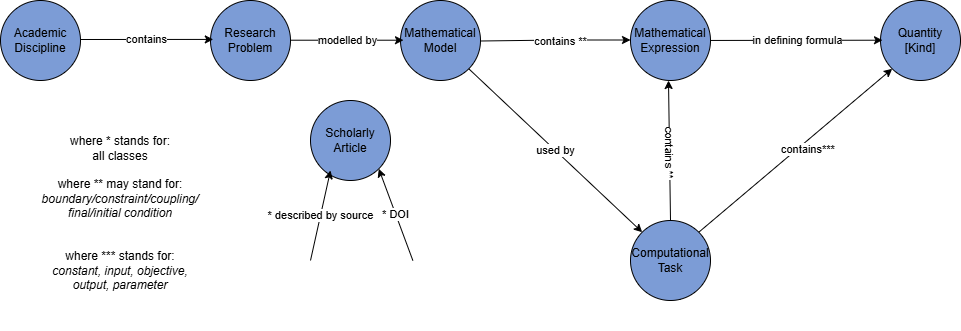
Before: docs/customSections/images/MathModDB.png, a diagram exported from draw.io (MaRDI4NFDI/MathModDB). Source tidied: cells renumbered, new cells last; positions are measured from the earlier drawing's top-left corner, leaving out a move shared by most shapes.
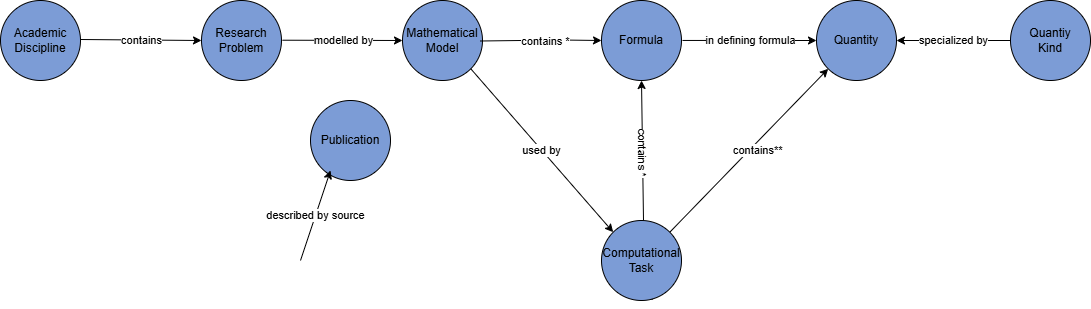
The same diagram one commit later.

Commit message:
Updated the schematic graphic

What changed in the source:
```diff
@@ -2,82 +2,79 @@
   <root>
     <mxCell id="0" />
     <mxCell id="1" parent="0" />
-    <mxCell id="2" value="Academic Discipline" style="ellipse;whiteSpace=wrap;html=1;fillColor=#7c9cd6;" parent="1" vertex="1">
+    <mxCell id="2" value="&lt;a href=&quot;https://portal.mardi4nfdi.de/wiki/Item:Q60231&quot;&gt;Academic Discipline&lt;/a&gt;" style="ellipse;whiteSpace=wrap;html=1;fillColor=#7c9cd6;" parent="1" vertex="1">
       <mxGeometry width="80" height="80" as="geometry" />
     </mxCell>
-    <mxCell id="3" value="Research&lt;br&gt;&lt;div&gt;Problem&lt;/div&gt;" style="ellipse;whiteSpace=wrap;html=1;fillColor=#7c9cd6;" parent="1" vertex="1">
-      <mxGeometry x="210" width="80" height="80" as="geometry" />
+    <mxCell id="3" value="&lt;a href=&quot;https://portal.mardi4nfdi.de/wiki/Item:Q6534292&quot;&gt;Research&lt;br&gt;&lt;/a&gt;&lt;div&gt;&lt;a href=&quot;https://portal.mardi4nfdi.de/wiki/Item:Q6534292&quot;&gt;Problem&lt;/a&gt;&lt;/div&gt;" style="ellipse;whiteSpace=wrap;html=1;fillColor=#7c9cd6;" parent="1" vertex="1">
+      <mxGeometry x="201" width="80" height="80" as="geometry" />
     </mxCell>
-    <mxCell id="4" value="Mathematical&lt;br&gt;Model" style="ellipse;whiteSpace=wrap;html=1;fillColor=#7c9cd6;" parent="1" vertex="1">
-      <mxGeometry x="400" width="80" height="80" as="geometry" />
+    <mxCell id="4" value="&lt;a href=&quot;https://portal.mardi4nfdi.de/wiki/Item:Q68663&quot;&gt;Mathematical&lt;br&gt;Model&lt;/a&gt;" style="ellipse;whiteSpace=wrap;html=1;fillColor=#7c9cd6;" parent="1" vertex="1">
+      <mxGeometry x="402" width="80" height="80" as="geometry" />
     </mxCell>
-    <mxCell id="5" value="Mathematical&lt;br&gt;Expression" style="ellipse;whiteSpace=wrap;html=1;fillColor=#7c9cd6;" parent="1" vertex="1">
-      <mxGeometry x="630" width="80" height="80" as="geometry" />
+    <mxCell id="5" value="&lt;a href=&quot;https://portal.mardi4nfdi.de/wiki/Item:Q96183&quot;&gt;Formula&lt;/a&gt;" style="ellipse;whiteSpace=wrap;html=1;fillColor=#7c9cd6;" parent="1" vertex="1">
+      <mxGeometry x="601" width="80" height="80" as="geometry" />
     </mxCell>
-    <mxCell id="6" value="Quantity&lt;br&gt;[Kind]" style="ellipse;whiteSpace=wrap;html=1;fillColor=#7c9cd6;" parent="1" vertex="1">
-      <mxGeometry x="880" width="80" height="80" as="geometry" />
+    <mxCell id="6" value="&lt;a href=&quot;https://portal.mardi4nfdi.de/wiki/Item:Q6534237&quot;&gt;Quantity&lt;/a&gt;" style="ellipse;whiteSpace=wrap;html=1;fillColor=#7c9cd6;" parent="1" vertex="1">
+      <mxGeometry x="816" width="80" height="80" as="geometry" />
     </mxCell>
-    <mxCell id="7" value="contains" style="endArrow=classic;html=1;rounded=0;entryX=0.01;entryY=0.349;entryDx=0;entryDy=0;entryPerimeter=0;" parent="1" edge="1">
+    <mxCell id="7" value="contains" style="endArrow=classic;html=1;rounded=0;entryX=0;entryY=0.5;entryDx=0;entryDy=0;" parent="1" edge="1" target="3">
       <mxGeometry relative="1" as="geometry">
         <mxPoint x="80" y="39" as="sourcePoint" />
-        <mxPoint x="212.8" y="38.9" as="targetPoint" />
       </mxGeometry>
     </mxCell>
-    <mxCell id="8" value="modelled by" style="endArrow=classic;html=1;rounded=0;entryX=0;entryY=0.4;entryDx=0;entryDy=0;entryPerimeter=0;" parent="1" edge="1">
+    <mxCell id="8" value="modelled by" style="endArrow=classic;html=1;rounded=0;entryX=0;entryY=0.5;entryDx=0;entryDy=0;" parent="1" edge="1" target="4">
       <mxGeometry x="0.01" relative="1" as="geometry">
-        <mxPoint x="290" y="39.7" as="sourcePoint" />
-        <mxPoint x="403" y="39.7" as="targetPoint" />
+        <mxPoint x="282" y="39.7" as="sourcePoint" />
       </mxGeometry>
     </mxCell>
-    <mxCell id="9" value="contains **" style="endArrow=classic;html=1;rounded=0;exitX=1;exitY=0.5;exitDx=0;exitDy=0;" parent="1" edge="1">
+    <mxCell id="9" value="contains *" style="endArrow=classic;html=1;rounded=0;exitX=1;exitY=0.5;exitDx=0;exitDy=0;" parent="1" edge="1" target="5">
       <mxGeometry x="0.07" y="-1" relative="1" as="geometry">
         <mxPoint x="480" y="40.5" as="sourcePoint" />
-        <mxPoint x="630" y="39.5" as="targetPoint" />
         <Array as="points">
           <mxPoint x="560" y="39.5" />
         </Array>
       </mxGeometry>
     </mxCell>
-    <mxCell id="10" value="in defining formula" style="endArrow=classic;html=1;rounded=0;exitX=0.99;exitY=0.396;exitDx=0;exitDy=0;exitPerimeter=0;entryX=0.015;entryY=0.393;entryDx=0;entryDy=0;entryPerimeter=0;" parent="1" edge="1">
+    <mxCell id="10" value="in defining formula" style="endArrow=classic;html=1;rounded=0;exitX=0.99;exitY=0.396;exitDx=0;exitDy=0;exitPerimeter=0;entryX=0;entryY=0.5;entryDx=0;entryDy=0;" parent="1" edge="1" target="6">
       <mxGeometry x="0.01" relative="1" as="geometry">
-        <mxPoint x="710" y="40" as="sourcePoint" />
-        <mxPoint x="882" y="39.7" as="targetPoint" />
+        <mxPoint x="682" y="40" as="sourcePoint" />
       </mxGeometry>
     </mxCell>
     <mxCell id="11" value="used by" style="endArrow=classic;html=1;rounded=0;exitX=1;exitY=1;exitDx=0;exitDy=0;entryX=0;entryY=0;entryDx=0;entryDy=0;" parent="1" edge="1" source="4" target="19">
       <mxGeometry relative="1" as="geometry" />
     </mxCell>
-    <mxCell id="12" value="contains **" style="endArrow=classic;html=1;rounded=0;entryX=0.625;entryY=1;entryDx=0;entryDy=0;entryPerimeter=0;textDirection=vertical-lr;exitX=0.5;exitY=0;exitDx=0;exitDy=0;" parent="1" edge="1" source="19">
+    <mxCell id="12" value="contains *" style="endArrow=classic;html=1;rounded=0;entryX=0.625;entryY=1;entryDx=0;entryDy=0;entryPerimeter=0;textDirection=vertical-lr;exitX=0.5;exitY=0;exitDx=0;exitDy=0;" parent="1" edge="1">
       <mxGeometry x="-0.4" y="1" relative="1" as="geometry">
-        <mxPoint x="668" y="80" as="targetPoint" />
+        <mxPoint x="643" y="220" as="sourcePoint" />
+        <mxPoint x="641" y="80" as="targetPoint" />
       </mxGeometry>
     </mxCell>
-    <mxCell id="13" value="contains***" style="endArrow=classic;html=1;rounded=0;entryX=0;entryY=1;entryDx=0;entryDy=0;exitX=1;exitY=0;exitDx=0;exitDy=0;labelPosition=right;verticalLabelPosition=bottom;align=left;verticalAlign=top;" parent="1" edge="1" source="19" target="6">
+    <mxCell id="13" value="contains**" style="endArrow=classic;html=1;rounded=0;entryX=0;entryY=1;entryDx=0;entryDy=0;exitX=1;exitY=0;exitDx=0;exitDy=0;labelPosition=right;verticalLabelPosition=bottom;align=left;verticalAlign=top;" parent="1" edge="1" source="19" target="6">
       <mxGeometry x="-0.03" y="21" relative="1" as="geometry" />
     </mxCell>
-    <mxCell id="14" value="Scholarly Article" style="ellipse;whiteSpace=wrap;html=1;fillColor=#7c9cd6;" parent="1" vertex="1">
+    <mxCell id="14" value="&lt;a href=&quot;https://portal.mardi4nfdi.de/wiki/Item:Q56751&quot;&gt;Publication&lt;/a&gt;" style="ellipse;whiteSpace=wrap;html=1;fillColor=#7c9cd6;" parent="1" vertex="1">
       <mxGeometry x="310" y="100" width="80" height="80" as="geometry" />
     </mxCell>
-    <mxCell id="15" value="* described by source" style="endArrow=classic;html=1;rounded=0;entryX=0.25;entryY=0.875;entryDx=0;entryDy=0;entryPerimeter=0;" parent="1" edge="1" target="14">
+    <mxCell id="15" value="described by source" style="endArrow=classic;html=1;rounded=0;entryX=0.25;entryY=0.875;entryDx=0;entryDy=0;entryPerimeter=0;" parent="1" edge="1" target="14">
       <mxGeometry x="-0.01" relative="1" as="geometry">
-        <mxPoint x="310" y="260" as="sourcePoint" />
+        <mxPoint x="300" y="260" as="sourcePoint" />
       </mxGeometry>
     </mxCell>
-    <mxCell id="16" value="where * stands for:&lt;br&gt;&lt;div&gt;all classes&lt;/div&gt;&lt;div&gt;&lt;br&gt;&lt;/div&gt;where ** may stand for:&lt;br&gt;&lt;i&gt;boundary/&lt;/i&gt;&lt;i&gt;constraint/coupling/&lt;br&gt;&lt;/i&gt;&lt;i&gt;final/&lt;/i&gt;&lt;i style=&quot;background-color: transparent; color: light-dark(rgb(0, 0, 0), rgb(255, 255, 255));&quot;&gt;initial&amp;nbsp;&lt;/i&gt;&lt;i style=&quot;background-color: transparent; color: light-dark(rgb(0, 0, 0), rgb(255, 255, 255));&quot;&gt;condition&lt;/i&gt;&lt;div&gt;&lt;div&gt;&lt;i&gt;&lt;br&gt;&lt;/i&gt;&lt;div&gt;&lt;br&gt;&lt;/div&gt;&lt;div&gt;where *** stands for:&lt;/div&gt;&lt;i&gt;constant,&amp;nbsp;&lt;/i&gt;&lt;i&gt;input,&amp;nbsp;&lt;/i&gt;&lt;i style=&quot;background-color: transparent; color: light-dark(rgb(0, 0, 0), rgb(255, 255, 255));&quot;&gt;objective,&lt;/i&gt;&lt;/div&gt;&lt;div&gt;&lt;i style=&quot;background-color: transparent; color: light-dark(rgb(0, 0, 0), rgb(255, 255, 255));&quot;&gt;output, parameter&lt;/i&gt;&lt;/div&gt;&lt;div&gt;&lt;i&gt;&lt;br&gt;&lt;/i&gt;&lt;/div&gt;&lt;/div&gt;" style="text;html=1;align=center;verticalAlign=middle;whiteSpace=wrap;rounded=0;" parent="1" vertex="1">
-      <mxGeometry y="110" width="240" height="220" as="geometry" />
-    </mxCell>
-    <mxCell id="17" value="* DOI" style="endArrow=classic;html=1;rounded=0;entryX=1;entryY=1;entryDx=0;entryDy=0;" parent="1" edge="1" target="14">
-      <mxGeometry relative="1" as="geometry">
-        <mxPoint x="412.4" y="260" as="sourcePoint" />
-      </mxGeometry>
-    </mxCell>
     <mxCell id="18" style="endArrow=classic;html=1;rounded=0;exitX=0.625;exitY=-0.012;exitDx=0;exitDy=0;exitPerimeter=0;entryX=0.625;entryY=1;entryDx=0;entryDy=0;entryPerimeter=0;textDirection=vertical-lr;" parent="1" edge="1" target="19">
       <mxGeometry relative="1" as="geometry">
         <mxPoint x="668" y="238" as="sourcePoint" />
       </mxGeometry>
     </mxCell>
-    <mxCell id="19" value="Computational&lt;br&gt;Task" style="ellipse;whiteSpace=wrap;html=1;fillColor=#7c9cd6;" parent="1" vertex="1">
-      <mxGeometry x="630" y="220" width="80" height="80" as="geometry" />
+    <mxCell id="19" value="&lt;a href=&quot;https://portal.mardi4nfdi.de/wiki/Item:Q6534247&quot;&gt;Computational&lt;br&gt;Task&lt;/a&gt;" style="ellipse;whiteSpace=wrap;html=1;fillColor=#7c9cd6;" parent="1" vertex="1">
+      <mxGeometry x="601" y="220" width="80" height="80" as="geometry" />
     </mxCell>
+    <mxCell id="20" value="&lt;a href=&quot;https://portal.mardi4nfdi.de/wiki/Item:Q6534245&quot;&gt;Quantiy&lt;br&gt;Kind&lt;/a&gt;" style="ellipse;whiteSpace=wrap;html=1;fillColor=#7c9cd6;" parent="1" vertex="1">
+      <mxGeometry x="1010" width="80" height="80" as="geometry" />
+    </mxCell>
+    <mxCell id="21" value="specialized by" style="endArrow=classic;html=1;rounded=0;entryX=1;entryY=0.5;entryDx=0;entryDy=0;" parent="1" edge="1" target="6">
+      <mxGeometry x="0.01" relative="1" as="geometry">
+        <mxPoint x="1010" y="40" as="sourcePoint" />
+      </mxGeometry>
+    </mxCell>
   </root>
 </mxGraphModel>
```
